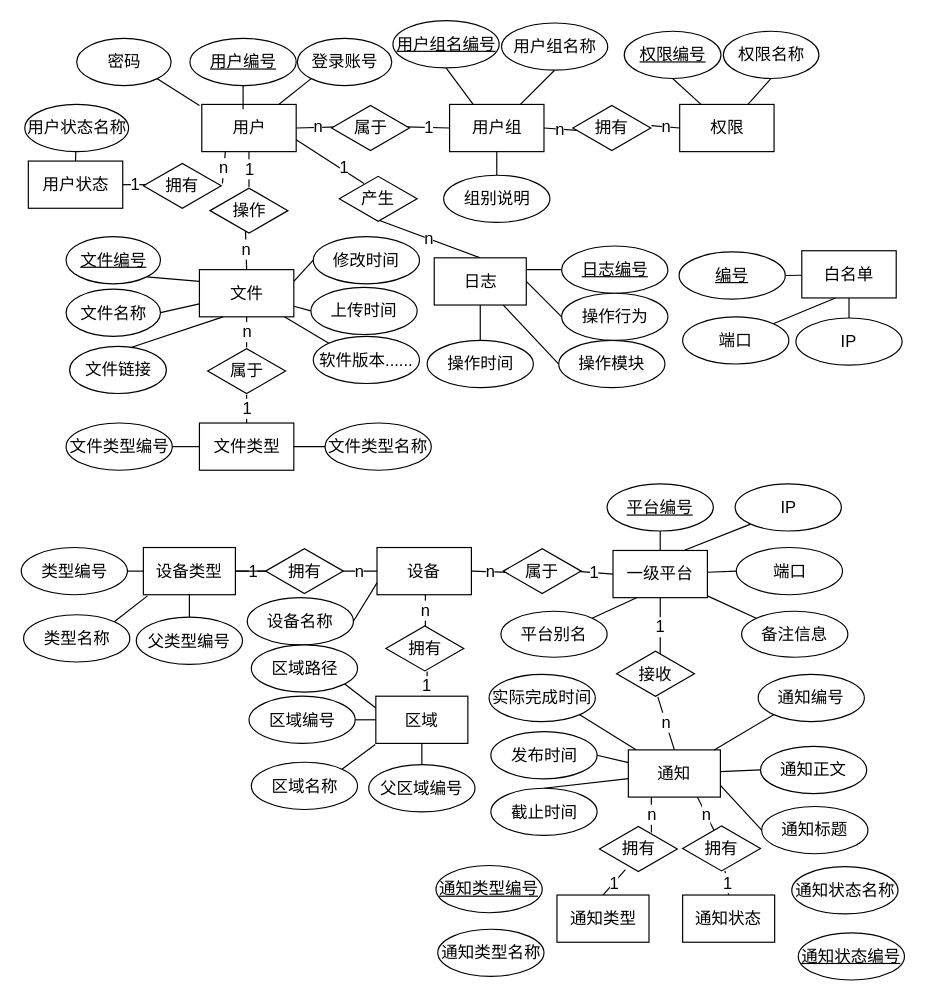
Earlier version of the draw.io diagram E-R.drawio (waterwatermelon/graph). Source tidied: cells renumbered, new cells numbered last; positions are measured from the earlier drawing's top-left corner, leaving out a move shared by most shapes. Both pictures are drawn from the tidied source at 118%, with x=0, y=0 at pixel (20, 20).
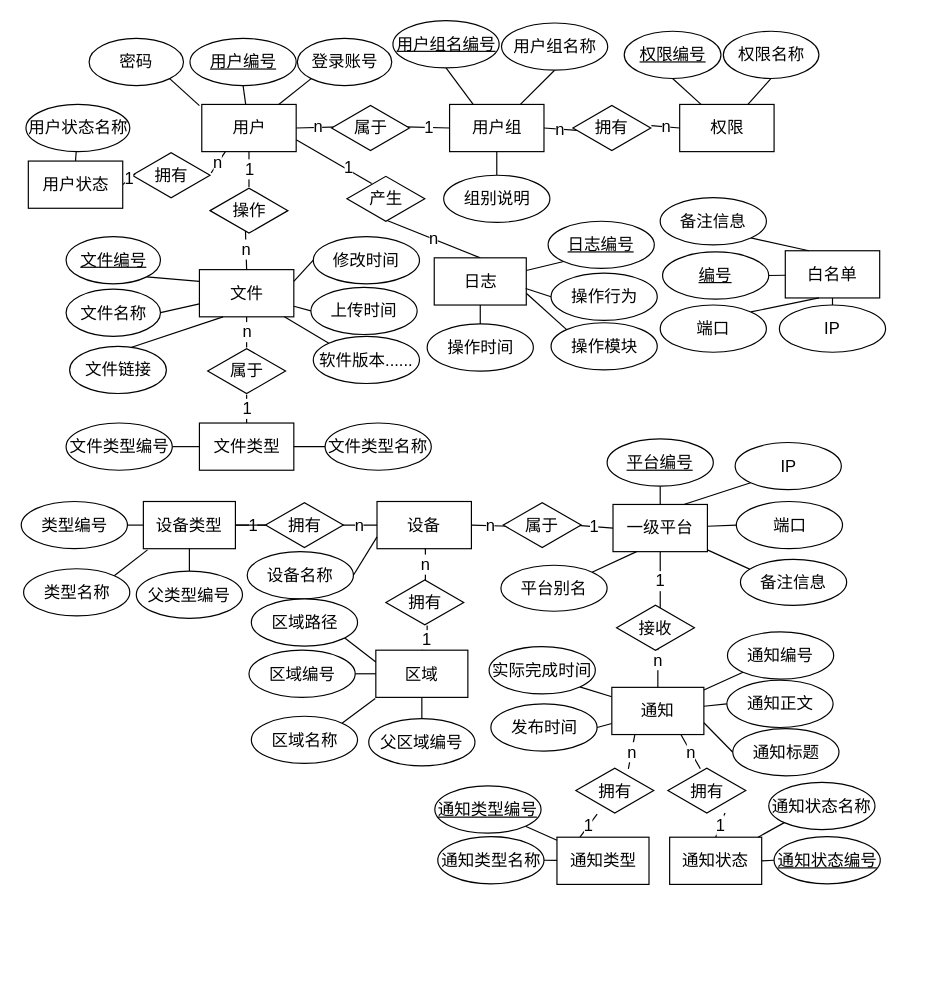
After the change.

Unchanged cells that the change refers to:
```xml
<mxCell id="8" value="用户" style="rounded=0;whiteSpace=wrap;html=1;fontSize=14;" parent="1" vertex="1">
  <mxGeometry x="153.5" y="71" width="80" height="40" as="geometry" />
</mxCell>
<mxCell id="58" value="日志" style="rounded=0;whiteSpace=wrap;html=1;fontSize=14;" parent="1" vertex="1">
  <mxGeometry x="350.5" y="201" width="78" height="40" as="geometry" />
</mxCell>
<mxCell id="81" value="&lt;u style=&quot;font-size: 14px;&quot;&gt;用户编号&lt;/u&gt;" style="ellipse;whiteSpace=wrap;html=1;fontSize=14;" parent="1" vertex="1">
  <mxGeometry x="143.5" y="15" width="90" height="40" as="geometry" />
</mxCell>
```

The edit, as a diff of the source:
```diff
@@
     <mxCell id="2" value="拥有" style="html=1;whiteSpace=wrap;shape=isoRectangle;fontSize=14;" parent="1" vertex="1">
-      <mxGeometry x="104" y="120" width="66" height="40" as="geometry" />
+      <mxGeometry x="94.5" y="111" width="66" height="40" as="geometry" />
     </mxCell>
@@
     <mxCell id="12" value="密码" style="ellipse;whiteSpace=wrap;html=1;fontSize=14;" parent="1" vertex="1">
-      <mxGeometry x="47.5" y="15" width="80" height="40" as="geometry" />
+      <mxGeometry x="58" y="15" width="80" height="40" as="geometry" />
     </mxCell>
@@
     <mxCell id="29" value="n" style="edgeStyle=orthogonalEdgeStyle;rounded=0;jettySize=auto;html=1;exitX=0.5;exitY=1;exitDx=0;exitDy=0;endArrow=none;endFill=0;fontSize=14;" parent="1" edge="1" source="31">
       <mxGeometry relative="1" as="geometry">
-        <mxPoint x="343" y="514" as="targetPoint" />
+        <mxPoint x="343" y="475" as="targetPoint" />
       </mxGeometry>
     </mxCell>
@@
     <mxCell id="31" value="设备" style="rounded=0;whiteSpace=wrap;html=1;fontSize=14;" parent="1" vertex="1">
-      <mxGeometry x="302" y="446.5" width="80" height="40" as="geometry" />
+      <mxGeometry x="302" y="407.5" width="80" height="40" as="geometry" />
     </mxCell>
@@
     <mxCell id="34" value="一级平台" style="rounded=0;whiteSpace=wrap;html=1;fontSize=14;" parent="1" vertex="1">
-      <mxGeometry x="502" y="449" width="80" height="40" as="geometry" />
+      <mxGeometry x="502" y="410" width="80" height="40" as="geometry" />
     </mxCell>
@@
     <mxCell id="36" value="设备名称" style="ellipse;whiteSpace=wrap;html=1;fontSize=14;" parent="1" vertex="1">
-      <mxGeometry x="192" y="489" width="90" height="40" as="geometry" />
+      <mxGeometry x="192" y="450" width="90" height="40" as="geometry" />
     </mxCell>
     <mxCell id="37" value="属于" style="html=1;whiteSpace=wrap;shape=isoRectangle;fontSize=14;" parent="1" vertex="1">
-      <mxGeometry x="409" y="446.5" width="66" height="40" as="geometry" />
+      <mxGeometry x="409" y="407.5" width="66" height="40" as="geometry" />
     </mxCell>
@@
     <mxCell id="39" value="&lt;u style=&quot;font-size: 14px;&quot;&gt;平台编号&lt;/u&gt;" style="ellipse;whiteSpace=wrap;html=1;fontSize=14;" parent="1" vertex="1">
-      <mxGeometry x="497" y="392.5" width="90" height="40" as="geometry" />
+      <mxGeometry x="497" y="354.5" width="90" height="40" as="geometry" />
     </mxCell>
@@
     <mxCell id="41" value="IP" style="ellipse;whiteSpace=wrap;html=1;fontSize=14;" parent="1" vertex="1">
-      <mxGeometry x="605.5" y="392.5" width="90" height="40" as="geometry" />
+      <mxGeometry x="605.5" y="357.5" width="90" height="40" as="geometry" />
     </mxCell>
@@
     <mxCell id="43" value="端口" style="ellipse;whiteSpace=wrap;html=1;fontSize=14;" parent="1" vertex="1">
-      <mxGeometry x="606.5" y="446.5" width="90" height="40" as="geometry" />
+      <mxGeometry x="606.5" y="407.5" width="90" height="40" as="geometry" />
     </mxCell>
     <mxCell id="44" value="白名单" style="rounded=0;whiteSpace=wrap;html=1;fontSize=14;" parent="1" vertex="1">
-      <mxGeometry x="662" y="195" width="80" height="40" as="geometry" />
+      <mxGeometry x="648" y="195" width="80" height="40" as="geometry" />
     </mxCell>
@@
     <mxCell id="46" value="IP" style="ellipse;whiteSpace=wrap;html=1;fontSize=14;" parent="1" vertex="1">
-      <mxGeometry x="657" y="252" width="90" height="40" as="geometry" />
+      <mxGeometry x="643" y="241" width="90" height="40" as="geometry" />
     </mxCell>
     <mxCell id="47" style="edgeStyle=none;rounded=0;jettySize=auto;html=1;exitX=1;exitY=0;exitDx=0;exitDy=0;entryX=0.25;entryY=1;entryDx=0;entryDy=0;endArrow=none;endFill=0;fontSize=14;" parent="1" edge="1" source="48">
       <mxGeometry relative="1" as="geometry">
-        <mxPoint x="690.5" y="235" as="targetPoint" />
+        <mxPoint x="676.5" y="235" as="targetPoint" />
       </mxGeometry>
     </mxCell>
     <mxCell id="48" value="端口" style="ellipse;whiteSpace=wrap;html=1;fontSize=14;" parent="1" vertex="1">
-      <mxGeometry x="561" y="251" width="90" height="40" as="geometry" />
+      <mxGeometry x="542" y="241" width="90" height="40" as="geometry" />
     </mxCell>
@@
     <mxCell id="59" value="操作时间" style="ellipse;whiteSpace=wrap;html=1;fontSize=14;" parent="1" vertex="1">
-      <mxGeometry x="344.5" y="271" width="90" height="40" as="geometry" />
+      <mxGeometry x="344.5" y="257" width="90" height="40" as="geometry" />
     </mxCell>
     <mxCell id="60" value="产生" style="html=1;whiteSpace=wrap;shape=isoRectangle;fontSize=14;" parent="1" vertex="1">
-      <mxGeometry x="270" y="131" width="66" height="40" as="geometry" />
+      <mxGeometry x="276.5" y="131" width="66" height="40" as="geometry" />
     </mxCell>
-    <mxCell id="61" style="edgeStyle=none;rounded=0;jettySize=auto;html=1;exitX=0;exitY=0.5;exitDx=0;exitDy=0;entryX=0.75;entryY=1;entryDx=0;entryDy=0;endArrow=none;endFill=0;fontSize=14;" parent="1" edge="1" source="62" target="58">
+    <mxCell id="61" style="edgeStyle=none;rounded=0;jettySize=auto;html=1;exitX=0;exitY=0;exitDx=0;exitDy=0;entryX=1;entryY=0.75;entryDx=0;entryDy=0;endArrow=none;endFill=0;fontSize=14;" parent="1" edge="1" source="62" target="58">
       <mxGeometry relative="1" as="geometry" />
     </mxCell>
     <mxCell id="62" value="操作模块" style="ellipse;whiteSpace=wrap;html=1;fontSize=14;" parent="1" vertex="1">
-      <mxGeometry x="456" y="271" width="90" height="40" as="geometry" />
+      <mxGeometry x="449.5" y="256" width="90" height="40" as="geometry" />
     </mxCell>
-    <mxCell id="63" style="edgeStyle=none;rounded=0;jettySize=auto;html=1;exitX=0;exitY=0.5;exitDx=0;exitDy=0;entryX=1;entryY=0.25;entryDx=0;entryDy=0;endArrow=none;endFill=0;fontSize=14;" parent="1" edge="1" source="64" target="58">
+    <mxCell id="63" style="edgeStyle=none;rounded=0;jettySize=auto;html=1;exitX=0;exitY=1;exitDx=0;exitDy=0;endArrow=none;endFill=0;fontSize=14;" parent="1" edge="1" source="64" target="58">
       <mxGeometry relative="1" as="geometry" />
     </mxCell>
     <mxCell id="64" value="&lt;u style=&quot;font-size: 14px;&quot;&gt;日志编号&lt;/u&gt;" style="ellipse;whiteSpace=wrap;html=1;fontSize=14;" parent="1" vertex="1">
-      <mxGeometry x="458.5" y="191" width="90" height="40" as="geometry" />
+      <mxGeometry x="447" y="170" width="90" height="40" as="geometry" />
     </mxCell>
@@
     <mxCell id="70" value="区域" style="rounded=0;whiteSpace=wrap;html=1;fontSize=14;" parent="1" vertex="1">
-      <mxGeometry x="301" y="572.5" width="78" height="40" as="geometry" />
+      <mxGeometry x="301" y="533.5" width="78" height="40" as="geometry" />
     </mxCell>
     <mxCell id="71" value="拥有" style="html=1;whiteSpace=wrap;shape=isoRectangle;fontSize=14;" parent="1" vertex="1">
-      <mxGeometry x="309.5" y="512" width="66" height="40" as="geometry" />
+      <mxGeometry x="309.5" y="473" width="66" height="40" as="geometry" />
     </mxCell>
@@
     <mxCell id="73" value="区域编号" style="ellipse;whiteSpace=wrap;html=1;fontSize=14;" parent="1" vertex="1">
-      <mxGeometry x="193.5" y="572.5" width="90" height="40" as="geometry" />
+      <mxGeometry x="193.5" y="533.5" width="90" height="40" as="geometry" />
     </mxCell>
     <mxCell id="74" style="edgeStyle=none;rounded=0;jettySize=auto;html=1;exitX=1;exitY=0;exitDx=0;exitDy=0;endArrow=none;endFill=0;fontSize=14;" parent="1" edge="1" source="75">
       <mxGeometry relative="1" as="geometry">
-        <mxPoint x="300.5" y="613.5" as="targetPoint" />
+        <mxPoint x="300.5" y="574.5" as="targetPoint" />
       </mxGeometry>
     </mxCell>
     <mxCell id="75" value="区域名称" style="ellipse;whiteSpace=wrap;html=1;fontSize=14;" parent="1" vertex="1">
-      <mxGeometry x="195.5" y="628.5" width="90" height="40" as="geometry" />
+      <mxGeometry x="195.5" y="589.5" width="90" height="40" as="geometry" />
     </mxCell>
@@
     <mxCell id="77" value="父区域编号" style="ellipse;whiteSpace=wrap;html=1;fontSize=14;" parent="1" vertex="1">
-      <mxGeometry x="295" y="630.5" width="90" height="40" as="geometry" />
+      <mxGeometry x="295" y="591.5" width="90" height="40" as="geometry" />
     </mxCell>
     <mxCell id="78" style="edgeStyle=none;rounded=0;jettySize=auto;html=1;exitX=1;exitY=1;exitDx=0;exitDy=0;entryX=0;entryY=0.25;entryDx=0;entryDy=0;endArrow=none;endFill=0;fontSize=14;" parent="1" edge="1" target="70">
       <mxGeometry relative="1" as="geometry">
-        <mxPoint x="272.5" y="560.5" as="sourcePoint" />
+        <mxPoint x="272.5" y="521.5" as="sourcePoint" />
       </mxGeometry>
     </mxCell>
     <mxCell id="79" value="区域路径" style="ellipse;whiteSpace=wrap;html=1;fontSize=14;" parent="1" vertex="1">
-      <mxGeometry x="195.5" y="529" width="90" height="40" as="geometry" />
+      <mxGeometry x="195.5" y="490" width="90" height="40" as="geometry" />
     </mxCell>
-    <mxCell id="80" style="edgeStyle=none;rounded=0;jettySize=auto;html=1;exitX=0.5;exitY=1;exitDx=0;exitDy=0;entryX=0.5;entryY=0;entryDx=0;entryDy=0;endArrow=none;endFill=0;fontSize=14;" parent="1" edge="1" source="81">
-      <mxGeometry relative="1" as="geometry">
-        <mxPoint x="188.5" y="75" as="targetPoint" />
-      </mxGeometry>
-    </mxCell>
+    <mxCell id="145" style="edgeStyle=none;rounded=0;jettySize=auto;html=1;exitX=0.5;exitY=1;exitDx=0;exitDy=0;endArrow=none;endFill=0;fontSize=14;" parent="1" edge="1" source="81" target="8">
+      <mxGeometry relative="1" as="geometry" />
+    </mxCell>
@@
-    <mxCell id="84" style="edgeStyle=none;rounded=0;jettySize=auto;html=1;exitX=0;exitY=0.5;exitDx=0;exitDy=0;entryX=1;entryY=0.5;entryDx=0;entryDy=0;endArrow=none;endFill=0;fontSize=14;" parent="1" edge="1" source="85" target="58">
-      <mxGeometry relative="1" as="geometry" />
-    </mxCell>
+    <mxCell id="146" style="edgeStyle=none;rounded=0;jettySize=auto;html=1;exitX=0;exitY=0.5;exitDx=0;exitDy=0;endArrow=none;endFill=0;fontSize=14;" parent="1" edge="1" source="85">
+      <mxGeometry relative="1" as="geometry">
+        <mxPoint x="428" y="227" as="targetPoint" />
+      </mxGeometry>
+    </mxCell>
     <mxCell id="85" value="操作行为" style="ellipse;whiteSpace=wrap;html=1;fontSize=14;" parent="1" vertex="1">
-      <mxGeometry x="458.5" y="231" width="90" height="40" as="geometry" />
+      <mxGeometry x="449.5" y="214" width="90" height="40" as="geometry" />
     </mxCell>
@@
     <mxCell id="87" value="&lt;u style=&quot;font-size: 14px;&quot;&gt;编号&lt;/u&gt;" style="ellipse;whiteSpace=wrap;html=1;fontSize=14;" parent="1" vertex="1">
-      <mxGeometry x="558" y="196" width="90" height="40" as="geometry" />
+      <mxGeometry x="544" y="196" width="90" height="40" as="geometry" />
     </mxCell>
@@
     <mxCell id="89" value="平台别名" style="ellipse;whiteSpace=wrap;html=1;fontSize=14;" parent="1" vertex="1">
-      <mxGeometry x="407" y="500.5" width="90" height="39" as="geometry" />
+      <mxGeometry x="407" y="461.5" width="90" height="39" as="geometry" />
     </mxCell>
@@
     <mxCell id="93" value="设备类型" style="rounded=0;whiteSpace=wrap;html=1;fontSize=14;" parent="1" vertex="1">
-      <mxGeometry x="104" y="446.5" width="78" height="40" as="geometry" />
+      <mxGeometry x="104" y="407.5" width="78" height="40" as="geometry" />
     </mxCell>
@@
     <mxCell id="95" value="类型编号" style="ellipse;whiteSpace=wrap;html=1;fontSize=14;" parent="1" vertex="1">
-      <mxGeometry x="0.5" y="446.5" width="90" height="40" as="geometry" />
+      <mxGeometry x="0.5" y="407.5" width="90" height="40" as="geometry" />
     </mxCell>
     <mxCell id="96" style="edgeStyle=none;rounded=0;jettySize=auto;html=1;exitX=1;exitY=0;exitDx=0;exitDy=0;endArrow=none;endFill=0;fontSize=14;" parent="1" edge="1" source="97">
       <mxGeometry relative="1" as="geometry">
-        <mxPoint x="107.5" y="487.5" as="targetPoint" />
+        <mxPoint x="107.5" y="448.5" as="targetPoint" />
       </mxGeometry>
     </mxCell>
     <mxCell id="97" value="类型名称" style="ellipse;whiteSpace=wrap;html=1;fontSize=14;" parent="1" vertex="1">
-      <mxGeometry x="2.5" y="503.5" width="90" height="40" as="geometry" />
+      <mxGeometry x="2.5" y="464.5" width="90" height="40" as="geometry" />
     </mxCell>
@@
     <mxCell id="99" value="拥有" style="html=1;whiteSpace=wrap;shape=isoRectangle;fontSize=14;" parent="1" vertex="1">
-      <mxGeometry x="207.5" y="446.5" width="66" height="40" as="geometry" />
+      <mxGeometry x="207.5" y="407.5" width="66" height="40" as="geometry" />
     </mxCell>
@@
     <mxCell id="101" value="父类型编号" style="ellipse;whiteSpace=wrap;html=1;fontSize=14;" parent="1" vertex="1">
-      <mxGeometry x="98" y="505.5" width="90" height="40" as="geometry" />
+      <mxGeometry x="98" y="466.5" width="90" height="40" as="geometry" />
     </mxCell>
@@
     <mxCell id="103" value="发布时间" style="ellipse;whiteSpace=wrap;html=1;fontSize=14;" parent="1" vertex="1">
-      <mxGeometry x="398.5" y="602.5" width="90" height="40" as="geometry" />
+      <mxGeometry x="398.5" y="579" width="90" height="40" as="geometry" />
     </mxCell>
@@
     <mxCell id="105" value="实际完成时间" style="ellipse;whiteSpace=wrap;html=1;fontSize=14;" parent="1" vertex="1">
-      <mxGeometry x="397" y="554" width="90" height="40" as="geometry" />
+      <mxGeometry x="397" y="530.5" width="90" height="40" as="geometry" />
     </mxCell>
-    <mxCell id="106" style="edgeStyle=none;rounded=0;jettySize=auto;html=1;exitX=0.5;exitY=0;exitDx=0;exitDy=0;endArrow=none;endFill=0;fontSize=14;" parent="1" edge="1" source="107" target="111">
-      <mxGeometry relative="1" as="geometry" />
-    </mxCell>
-    <mxCell id="107" value="截止时间" style="ellipse;whiteSpace=wrap;html=1;fontSize=14;" parent="1" vertex="1">
-      <mxGeometry x="398.5" y="650.5" width="90" height="40" as="geometry" />
-    </mxCell>
-    <mxCell id="108" value="n" style="edgeStyle=none;rounded=0;jettySize=auto;html=1;exitX=0.25;exitY=1;exitDx=0;exitDy=0;entryX=0.667;entryY=0.15;entryDx=0;entryDy=0;entryPerimeter=0;endArrow=none;endFill=0;fontSize=14;" parent="1" edge="1" source="111" target="137">
-      <mxGeometry relative="1" as="geometry" />
+    <mxCell id="108" value="n" style="edgeStyle=none;rounded=0;jettySize=auto;html=1;exitX=0.25;exitY=1;exitDx=0;exitDy=0;entryX=0.667;entryY=0.15;entryDx=0;entryDy=0;entryPerimeter=0;endArrow=none;endFill=0;fontSize=14;" parent="1" edge="1" source="111">
+      <mxGeometry relative="1" as="geometry">
+        <mxPoint x="515" y="634" as="targetPoint" />
+      </mxGeometry>
     </mxCell>
-    <mxCell id="109" value="n" style="edgeStyle=none;rounded=0;jettySize=auto;html=1;exitX=0.75;exitY=1;exitDx=0;exitDy=0;entryX=0.417;entryY=0.163;entryDx=0;entryDy=0;entryPerimeter=0;endArrow=none;endFill=0;fontSize=14;" parent="1" edge="1" source="111" target="138">
-      <mxGeometry relative="1" as="geometry" />
+    <mxCell id="109" value="n" style="edgeStyle=none;rounded=0;jettySize=auto;html=1;exitX=0.75;exitY=1;exitDx=0;exitDy=0;entryX=0.417;entryY=0.163;entryDx=0;entryDy=0;entryPerimeter=0;endArrow=none;endFill=0;fontSize=14;" parent="1" edge="1" source="111">
+      <mxGeometry relative="1" as="geometry">
+        <mxPoint x="576" y="634" as="targetPoint" />
+      </mxGeometry>
     </mxCell>
-    <mxCell id="110" value="n&lt;br style=&quot;font-size: 14px;&quot;&gt;" style="edgeStyle=none;rounded=0;jettySize=auto;html=1;exitX=0.5;exitY=0;exitDx=0;exitDy=0;entryX=0.53;entryY=0.988;entryDx=0;entryDy=0;entryPerimeter=0;endArrow=none;endFill=0;fontSize=14;" parent="1" edge="1" source="111" target="134">
-      <mxGeometry relative="1" as="geometry" />
+    <mxCell id="110" value="n&lt;br style=&quot;font-size: 14px;&quot;&gt;" style="edgeStyle=none;rounded=0;jettySize=auto;html=1;exitX=0.5;exitY=0;exitDx=0;exitDy=0;entryX=0.53;entryY=0.988;entryDx=0;entryDy=0;entryPerimeter=0;endArrow=none;endFill=0;fontSize=14;" parent="1" edge="1" source="111">
+      <mxGeometry relative="1" as="geometry">
+        <mxPoint x="540" y="520" as="targetPoint" />
+      </mxGeometry>
     </mxCell>
     <mxCell id="111" value="通知" style="rounded=0;whiteSpace=wrap;html=1;fontSize=14;" parent="1" vertex="1">
-      <mxGeometry x="515" y="618" width="78" height="40" as="geometry" />
+      <mxGeometry x="501" y="565" width="78" height="40" as="geometry" />
     </mxCell>
@@
     <mxCell id="113" value="通知编号" style="ellipse;whiteSpace=wrap;html=1;fontSize=14;" parent="1" vertex="1">
-      <mxGeometry x="625" y="554" width="90" height="40" as="geometry" />
+      <mxGeometry x="599" y="518" width="90" height="40" as="geometry" />
     </mxCell>
@@
     <mxCell id="115" value="通知标题" style="ellipse;whiteSpace=wrap;html=1;fontSize=14;" parent="1" vertex="1">
-      <mxGeometry x="628" y="666" width="90" height="40" as="geometry" />
+      <mxGeometry x="603.5" y="600" width="90" height="40" as="geometry" />
     </mxCell>
@@
     <mxCell id="117" value="通知正文" style="ellipse;whiteSpace=wrap;html=1;fontSize=14;" parent="1" vertex="1">
-      <mxGeometry x="627" y="615" width="90" height="40" as="geometry" />
+      <mxGeometry x="598.5" y="559" width="90" height="40" as="geometry" />
     </mxCell>
     <mxCell id="118" style="edgeStyle=none;rounded=0;orthogonalLoop=1;jettySize=auto;html=1;exitX=0;exitY=0;exitDx=0;exitDy=0;endArrow=none;endFill=0;fontSize=14;" parent="1" edge="1">
       <mxGeometry relative="1" as="geometry">
-        <mxPoint x="628" y="508.5" as="sourcePoint" />
-        <mxPoint x="582" y="487.5" as="targetPoint" />
+        <mxPoint x="628" y="469.5" as="sourcePoint" />
+        <mxPoint x="582" y="448.5" as="targetPoint" />
       </mxGeometry>
     </mxCell>
     <mxCell id="119" value="备注信息" style="ellipse;whiteSpace=wrap;html=1;fontSize=14;" parent="1" vertex="1">
-      <mxGeometry x="611" y="500.5" width="90" height="39" as="geometry" />
+      <mxGeometry x="610" y="456.5" width="90" height="39" as="geometry" />
     </mxCell>
-    <mxCell id="120" value="1" style="edgeStyle=none;rounded=0;jettySize=auto;html=1;exitX=0.5;exitY=0;exitDx=0;exitDy=0;entryX=0.364;entryY=0.85;entryDx=0;entryDy=0;entryPerimeter=0;endArrow=none;endFill=0;fontSize=14;" parent="1" edge="1" source="121">
-      <mxGeometry relative="1" as="geometry">
-        <mxPoint x="512.5" y="719.5" as="targetPoint" />
-      </mxGeometry>
+    <mxCell id="120" value="1" style="edgeStyle=none;rounded=0;jettySize=auto;html=1;exitX=0.25;exitY=0;exitDx=0;exitDy=0;endArrow=none;endFill=0;fontSize=14;" parent="1" edge="1" source="121" target="137">
+      <mxGeometry relative="1" as="geometry" />
     </mxCell>
     <mxCell id="121" value="通知类型" style="rounded=0;whiteSpace=wrap;html=1;fontSize=14;" parent="1" vertex="1">
-      <mxGeometry x="454.5" y="741" width="78" height="40" as="geometry" />
+      <mxGeometry x="454.5" y="692" width="78" height="40" as="geometry" />
     </mxCell>
+    <mxCell id="147" style="edgeStyle=none;rounded=0;jettySize=auto;html=1;exitX=1;exitY=1;exitDx=0;exitDy=0;endArrow=none;endFill=0;fontSize=14;" parent="1" edge="1" source="122" target="121">
+      <mxGeometry relative="1" as="geometry" />
+    </mxCell>
     <mxCell id="122" value="&lt;u&gt;通知类型编号&lt;/u&gt;" style="ellipse;whiteSpace=wrap;html=1;fontSize=14;" parent="1" vertex="1">
-      <mxGeometry x="352" y="716" width="90" height="40" as="geometry" />
+      <mxGeometry x="351" y="648.5" width="90" height="40" as="geometry" />
     </mxCell>
+    <mxCell id="148" style="edgeStyle=none;rounded=0;jettySize=auto;html=1;exitX=1;exitY=0.5;exitDx=0;exitDy=0;endArrow=none;endFill=0;fontSize=14;" parent="1" edge="1" source="123" target="121">
+      <mxGeometry relative="1" as="geometry" />
+    </mxCell>
     <mxCell id="123" value="通知类型名称" style="ellipse;whiteSpace=wrap;html=1;fontSize=14;" parent="1" vertex="1">
-      <mxGeometry x="353.5" y="770" width="90" height="40" as="geometry" />
+      <mxGeometry x="353.5" y="691.5" width="90" height="40" as="geometry" />
     </mxCell>
@@
     <mxCell id="132" value="1" style="edgeStyle=none;rounded=0;jettySize=auto;html=1;exitX=0.5;exitY=0;exitDx=0;exitDy=0;endArrow=none;endFill=0;fontSize=14;" parent="1" edge="1" source="133">
       <mxGeometry relative="1" as="geometry">
-        <mxPoint x="596.9" y="720.5" as="targetPoint" />
+        <mxPoint x="596.9" y="671.5" as="targetPoint" />
       </mxGeometry>
     </mxCell>
     <mxCell id="133" value="通知状态" style="rounded=0;whiteSpace=wrap;html=1;fontSize=14;" parent="1" vertex="1">
-      <mxGeometry x="561" y="741" width="78" height="40" as="geometry" />
+      <mxGeometry x="550" y="692" width="78" height="40" as="geometry" />
     </mxCell>
     <mxCell id="134" value="接收" style="html=1;whiteSpace=wrap;shape=isoRectangle;fontSize=14;" parent="1" vertex="1">
-      <mxGeometry x="505" y="533.5" width="66" height="40" as="geometry" />
+      <mxGeometry x="505" y="494.5" width="66" height="40" as="geometry" />
     </mxCell>
+    <mxCell id="149" style="edgeStyle=none;rounded=0;jettySize=auto;html=1;exitX=0;exitY=1;exitDx=0;exitDy=0;endArrow=none;endFill=0;fontSize=14;" parent="1" edge="1" source="135" target="133">
+      <mxGeometry relative="1" as="geometry" />
+    </mxCell>
     <mxCell id="135" value="通知状态名称" style="ellipse;whiteSpace=wrap;html=1;fontSize=14;" parent="1" vertex="1">
-      <mxGeometry x="653.5" y="717" width="90" height="40" as="geometry" />
+      <mxGeometry x="634" y="645.5" width="90" height="40" as="geometry" />
     </mxCell>
+    <mxCell id="150" style="edgeStyle=none;rounded=0;jettySize=auto;html=1;exitX=0;exitY=0.5;exitDx=0;exitDy=0;entryX=1;entryY=0.5;entryDx=0;entryDy=0;endArrow=none;endFill=0;fontSize=14;" parent="1" edge="1" source="136" target="133">
+      <mxGeometry relative="1" as="geometry" />
+    </mxCell>
     <mxCell id="136" value="&lt;u&gt;通知状态编号&lt;/u&gt;" style="ellipse;whiteSpace=wrap;html=1;fontSize=14;" parent="1" vertex="1">
-      <mxGeometry x="659" y="773" width="90" height="40" as="geometry" />
+      <mxGeometry x="638.5" y="691.5" width="90" height="40" as="geometry" />
     </mxCell>
     <mxCell id="137" value="拥有" style="html=1;whiteSpace=wrap;shape=isoRectangle;fontSize=14;" parent="1" vertex="1">
-      <mxGeometry x="490.5" y="682" width="66" height="40" as="geometry" />
+      <mxGeometry x="470.5" y="632.5" width="66" height="40" as="geometry" />
     </mxCell>
     <mxCell id="138" value="拥有" style="html=1;whiteSpace=wrap;shape=isoRectangle;fontSize=14;" parent="1" vertex="1">
-      <mxGeometry x="561" y="681.5" width="66" height="40" as="geometry" />
+      <mxGeometry x="548.5" y="632.5" width="66" height="40" as="geometry" />
     </mxCell>
@@
     <mxCell id="144" value="用户状态名称" style="ellipse;whiteSpace=wrap;html=1;fontSize=14;" parent="1" vertex="1">
-      <mxGeometry x="3.5" y="71" width="88" height="40" as="geometry" />
+      <mxGeometry x="4.5" y="71" width="88" height="40" as="geometry" />
     </mxCell>
+    <mxCell id="151" style="edgeStyle=none;rounded=0;jettySize=auto;html=1;exitX=1;exitY=1;exitDx=0;exitDy=0;entryX=0.25;entryY=0;entryDx=0;entryDy=0;endArrow=none;endFill=0;fontSize=14;" parent="1" edge="1" source="152" target="44">
+      <mxGeometry relative="1" as="geometry" />
+    </mxCell>
+    <mxCell id="152" value="备注信息" style="ellipse;whiteSpace=wrap;html=1;fontSize=14;" parent="1" vertex="1">
+      <mxGeometry x="542" y="150" width="90" height="40" as="geometry" />
+    </mxCell>
```
